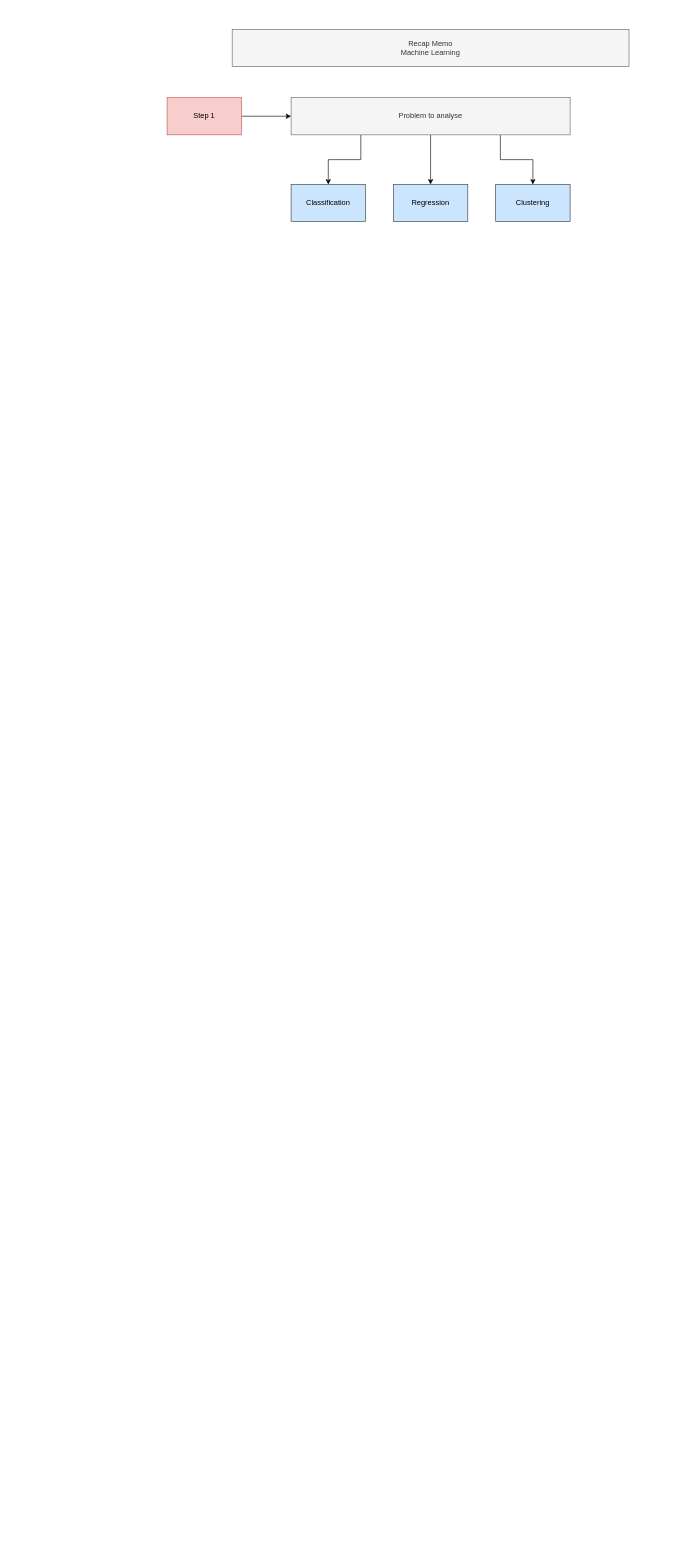
This is memo_ml_recap.drawio from RaphaelBouvet/memos_ml, a draw.io file, before an edit. Source tidied: cells renumbered, new cells numbered last; positions are measured from the earlier drawing's top-left corner, leaving out a move shared by most shapes. Both pictures are drawn from the tidied source at 62%, with x=0, y=0 at pixel (167, 29).
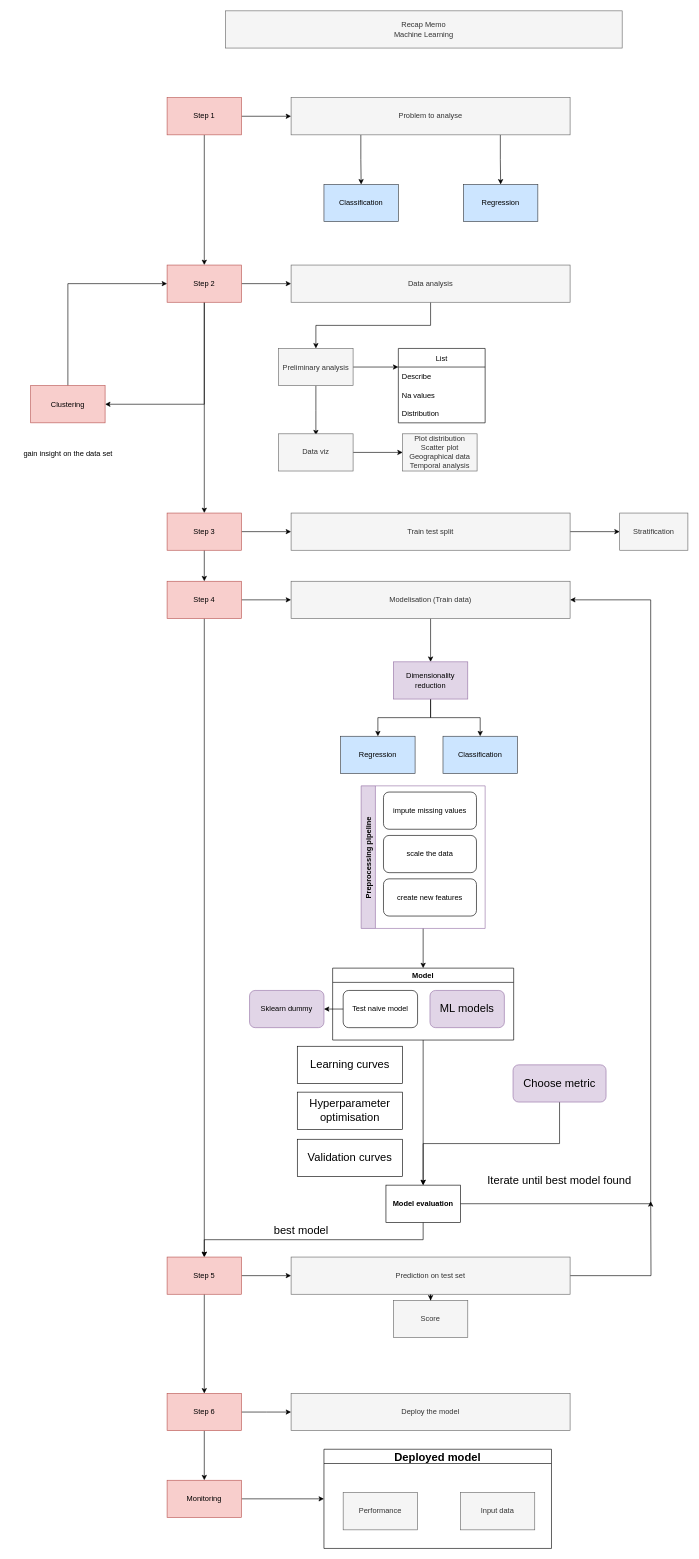
The same page after the edit.

The change refers to these unchanged cells:
```xml
<mxCell id="4" value="Step 1 " style="rounded=0;whiteSpace=wrap;html=1;fillColor=#f8cecc;strokeColor=#b85450;" parent="1" vertex="1">
  <mxGeometry y="110" width="120" height="60" as="geometry" />
</mxCell>
<mxCell id="8" value="Problem to analyse" style="rounded=0;whiteSpace=wrap;html=1;fillColor=#f5f5f5;fontColor=#333333;strokeColor=#666666;" parent="1" vertex="1">
  <mxGeometry x="200" y="110" width="450" height="60" as="geometry" />
</mxCell>
```

What changed in the source:
```diff
@@
     <mxCell id="2" value="Recap Memo&lt;br&gt; Machine Learning" style="rounded=0;whiteSpace=wrap;html=1;fillColor=#f5f5f5;strokeColor=#666666;fontColor=#333333;" parent="1" vertex="1">
-      <mxGeometry x="105" width="640" height="60" as="geometry" />
+      <mxGeometry x="94" y="-30" width="640" height="60" as="geometry" />
     </mxCell>
@@
+    <mxCell id="12" style="edgeStyle=orthogonalEdgeStyle;rounded=0;jettySize=auto;html=1;entryX=0.5;entryY=0;entryDx=0;entryDy=0;" parent="1" edge="1" source="4" target="16">
+      <mxGeometry relative="1" as="geometry" />
+    </mxCell>
@@
+    <mxCell id="6" style="edgeStyle=orthogonalEdgeStyle;rounded=0;jettySize=auto;html=1;exitX=0.25;exitY=1;exitDx=0;exitDy=0;entryX=0.5;entryY=0;entryDx=0;entryDy=0;" parent="1" edge="1" source="8" target="10">
+      <mxGeometry relative="1" as="geometry" />
+    </mxCell>
-    <mxCell id="5" style="edgeStyle=orthogonalEdgeStyle;rounded=0;jettySize=auto;html=1;" parent="1" edge="1" source="8" target="9">
+    <mxCell id="5" style="edgeStyle=orthogonalEdgeStyle;rounded=0;jettySize=auto;html=1;exitX=0.75;exitY=1;exitDx=0;exitDy=0;entryX=0.5;entryY=0;entryDx=0;entryDy=0;" parent="1" edge="1" source="8" target="9">
       <mxGeometry relative="1" as="geometry" />
     </mxCell>
-    <mxCell id="6" style="edgeStyle=orthogonalEdgeStyle;rounded=0;jettySize=auto;html=1;exitX=0.25;exitY=1;exitDx=0;exitDy=0;entryX=0.5;entryY=0;entryDx=0;entryDy=0;" parent="1" edge="1" source="8" target="10">
-      <mxGeometry relative="1" as="geometry" />
-    </mxCell>
-    <mxCell id="7" style="edgeStyle=orthogonalEdgeStyle;rounded=0;jettySize=auto;html=1;exitX=0.75;exitY=1;exitDx=0;exitDy=0;entryX=0.5;entryY=0;entryDx=0;entryDy=0;" parent="1" edge="1" source="8" target="11">
-      <mxGeometry relative="1" as="geometry" />
-    </mxCell>
@@
     <mxCell id="9" value="Regression " style="whiteSpace=wrap;html=1;rounded=0;fillColor=#cce5ff;strokeColor=#36393d;" parent="1" vertex="1">
-      <mxGeometry x="365" y="250" width="120" height="60" as="geometry" />
+      <mxGeometry x="478" y="250" width="120" height="60" as="geometry" />
     </mxCell>
     <mxCell id="10" value="Classification" style="whiteSpace=wrap;html=1;rounded=0;fillColor=#cce5ff;strokeColor=#36393d;" parent="1" vertex="1">
-      <mxGeometry x="200" y="250" width="120" height="60" as="geometry" />
+      <mxGeometry x="253" y="250" width="120" height="60" as="geometry" />
     </mxCell>
+    <mxCell id="13" style="edgeStyle=orthogonalEdgeStyle;rounded=0;jettySize=auto;html=1;exitX=0.5;exitY=1;exitDx=0;exitDy=0;entryX=0.5;entryY=0;entryDx=0;entryDy=0;entryPerimeter=0;" parent="1" edge="1" source="16" target="38">
+      <mxGeometry relative="1" as="geometry" />
+    </mxCell>
+    <mxCell id="14" style="edgeStyle=orthogonalEdgeStyle;rounded=0;jettySize=auto;html=1;" parent="1" edge="1" source="16" target="18">
+      <mxGeometry relative="1" as="geometry" />
+    </mxCell>
+    <mxCell id="15" style="edgeStyle=orthogonalEdgeStyle;rounded=0;jettySize=auto;html=1;exitX=0.5;exitY=1;exitDx=0;exitDy=0;entryX=1;entryY=0.5;entryDx=0;entryDy=0;" parent="1" edge="1" source="16" target="11">
+      <mxGeometry relative="1" as="geometry" />
+    </mxCell>
+    <mxCell id="16" value="Step 2 " style="rounded=0;whiteSpace=wrap;html=1;fillColor=#f8cecc;strokeColor=#b85450;" parent="1" vertex="1">
+      <mxGeometry y="380" width="120" height="60" as="geometry" />
+    </mxCell>
+    <mxCell id="17" style="edgeStyle=orthogonalEdgeStyle;rounded=0;jettySize=auto;html=1;" parent="1" edge="1" source="18" target="21">
+      <mxGeometry relative="1" as="geometry" />
+    </mxCell>
+    <mxCell id="18" value="&lt;div&gt;Data analysis&lt;br&gt;&lt;/div&gt;" style="rounded=0;whiteSpace=wrap;html=1;fillColor=#f5f5f5;fontColor=#333333;strokeColor=#666666;" parent="1" vertex="1">
+      <mxGeometry x="200" y="380" width="450" height="60" as="geometry" />
+    </mxCell>
+    <mxCell id="19" style="edgeStyle=orthogonalEdgeStyle;rounded=0;jettySize=auto;html=1;exitX=1;exitY=0.5;exitDx=0;exitDy=0;entryX=0;entryY=0.25;entryDx=0;entryDy=0;" parent="1" edge="1" source="21" target="22">
+      <mxGeometry relative="1" as="geometry" />
+    </mxCell>
+    <mxCell id="20" style="edgeStyle=orthogonalEdgeStyle;rounded=0;jettySize=auto;html=1;" parent="1" edge="1" source="21">
+      <mxGeometry relative="1" as="geometry">
+        <mxPoint x="240" y="654.5" as="targetPoint" />
+      </mxGeometry>
+    </mxCell>
+    <mxCell id="21" value="Preliminary analysis" style="whiteSpace=wrap;html=1;fillColor=#f5f5f5;strokeColor=#666666;fontColor=#333333;rounded=0;" parent="1" vertex="1">
+      <mxGeometry x="180" y="514.5" width="120" height="60" as="geometry" />
+    </mxCell>
+    <mxCell id="22" value="List" style="swimlane;fontStyle=0;horizontal=1;startSize=30;" parent="1" vertex="1">
+      <mxGeometry x="373" y="514.5" width="140" height="120" as="geometry" />
+    </mxCell>
+    <mxCell id="23" value="Describe" style="text;strokeColor=none;fillColor=none;align=left;verticalAlign=middle;spacingLeft=4;spacingRight=4;overflow=hidden;" parent="22" vertex="1">
+      <mxGeometry y="30" width="140" height="30" as="geometry" />
+    </mxCell>
+    <mxCell id="24" value="Na values" style="text;strokeColor=none;fillColor=none;align=left;verticalAlign=middle;spacingLeft=4;spacingRight=4;overflow=hidden;" parent="22" vertex="1">
+      <mxGeometry y="60" width="140" height="30" as="geometry" />
+    </mxCell>
+    <mxCell id="25" value="Distribution" style="text;strokeColor=none;fillColor=none;align=left;verticalAlign=middle;spacingLeft=4;spacingRight=4;overflow=hidden;" parent="22" vertex="1">
+      <mxGeometry y="90" width="140" height="30" as="geometry" />
+    </mxCell>
+    <mxCell id="26" style="edgeStyle=orthogonalEdgeStyle;rounded=0;jettySize=auto;html=1;exitX=1;exitY=0.5;exitDx=0;exitDy=0;entryX=0;entryY=0.5;entryDx=0;entryDy=0;" parent="1" edge="1" source="28" target="30">
+      <mxGeometry relative="1" as="geometry" />
+    </mxCell>
+    <mxCell id="27" style="edgeStyle=orthogonalEdgeStyle;rounded=0;jettySize=auto;html=1;exitX=0.5;exitY=1;exitDx=0;exitDy=0;entryX=0.5;entryY=0;entryDx=0;entryDy=0;fontSize=18;" parent="1" edge="1" source="28" target="63">
+      <mxGeometry relative="1" as="geometry" />
+    </mxCell>
+    <mxCell id="28" value="Step 4 " style="rounded=0;whiteSpace=wrap;html=1;fillColor=#f8cecc;strokeColor=#b85450;" parent="1" vertex="1">
+      <mxGeometry y="890" width="120" height="60" as="geometry" />
+    </mxCell>
+    <mxCell id="29" style="edgeStyle=orthogonalEdgeStyle;rounded=0;jettySize=auto;html=1;exitX=0.5;exitY=1;exitDx=0;exitDy=0;entryX=0.5;entryY=0;entryDx=0;entryDy=0;" parent="1" edge="1" source="30" target="35">
+      <mxGeometry relative="1" as="geometry" />
+    </mxCell>
+    <mxCell id="30" value="Modelisation (Train data)" style="rounded=0;whiteSpace=wrap;html=1;fillColor=#f5f5f5;fontColor=#333333;strokeColor=#666666;" parent="1" vertex="1">
+      <mxGeometry x="200" y="890" width="450" height="60" as="geometry" />
+    </mxCell>
+    <mxCell id="31" value="Regression " style="whiteSpace=wrap;html=1;rounded=0;fillColor=#cce5ff;strokeColor=#36393d;" parent="1" vertex="1">
+      <mxGeometry x="280" y="1140" width="120" height="60" as="geometry" />
+    </mxCell>
+    <mxCell id="32" value="Classification" style="whiteSpace=wrap;html=1;rounded=0;fillColor=#cce5ff;strokeColor=#36393d;" parent="1" vertex="1">
+      <mxGeometry x="445" y="1140" width="120" height="60" as="geometry" />
+    </mxCell>
+    <mxCell id="33" style="edgeStyle=orthogonalEdgeStyle;rounded=0;jettySize=auto;html=1;exitX=0.5;exitY=1;exitDx=0;exitDy=0;entryX=0.5;entryY=0;entryDx=0;entryDy=0;" parent="1" edge="1" source="35" target="31">
+      <mxGeometry relative="1" as="geometry" />
+    </mxCell>
+    <mxCell id="34" style="edgeStyle=orthogonalEdgeStyle;rounded=0;jettySize=auto;html=1;exitX=0.5;exitY=1;exitDx=0;exitDy=0;entryX=0.5;entryY=0;entryDx=0;entryDy=0;" parent="1" edge="1" source="35" target="32">
+      <mxGeometry relative="1" as="geometry" />
+    </mxCell>
+    <mxCell id="35" value="Dimensionality reduction" style="rounded=0;whiteSpace=wrap;html=1;fillColor=#e1d5e7;strokeColor=#9673a6;" parent="1" vertex="1">
+      <mxGeometry x="365" y="1020" width="120" height="60" as="geometry" />
+    </mxCell>
+    <mxCell id="36" style="edgeStyle=orthogonalEdgeStyle;rounded=0;jettySize=auto;html=1;exitX=0.5;exitY=1;exitDx=0;exitDy=0;entryX=0.5;entryY=0;entryDx=0;entryDy=0;" parent="1" edge="1" source="38" target="28">
+      <mxGeometry relative="1" as="geometry" />
+    </mxCell>
+    <mxCell id="37" style="edgeStyle=orthogonalEdgeStyle;rounded=0;jettySize=auto;html=1;" parent="1" edge="1" source="38" target="40">
+      <mxGeometry relative="1" as="geometry" />
+    </mxCell>
+    <mxCell id="38" value="Step 3 " style="rounded=0;whiteSpace=wrap;html=1;fillColor=#f8cecc;strokeColor=#b85450;" parent="1" vertex="1">
+      <mxGeometry y="780" width="120" height="60" as="geometry" />
+    </mxCell>
+    <mxCell id="39" style="edgeStyle=orthogonalEdgeStyle;rounded=0;jettySize=auto;html=1;fontSize=18;" parent="1" edge="1" source="40" target="81">
+      <mxGeometry relative="1" as="geometry" />
+    </mxCell>
+    <mxCell id="40" value="Train test split" style="rounded=0;whiteSpace=wrap;html=1;fillColor=#f5f5f5;strokeColor=#666666;fontColor=#333333;" parent="1" vertex="1">
+      <mxGeometry x="200" y="780" width="450" height="60" as="geometry" />
+    </mxCell>
+    <mxCell id="41" style="edgeStyle=orthogonalEdgeStyle;rounded=0;jettySize=auto;html=1;exitX=0.5;exitY=0;exitDx=0;exitDy=0;entryX=0;entryY=0.5;entryDx=0;entryDy=0;" parent="1" edge="1" source="11" target="16">
+      <mxGeometry relative="1" as="geometry" />
+    </mxCell>
-    <mxCell id="11" value="Clustering" style="whiteSpace=wrap;html=1;rounded=0;fillColor=#cce5ff;strokeColor=#36393d;" parent="1" vertex="1">
-      <mxGeometry x="530" y="250" width="120" height="60" as="geometry" />
+    <mxCell id="11" value="Clustering" style="rounded=0;whiteSpace=wrap;html=1;fillColor=#f8cecc;strokeColor=#b85450;" parent="1" vertex="1">
+      <mxGeometry x="-220" y="574.5" width="120" height="60" as="geometry" />
     </mxCell>
+    <mxCell id="42" value="&lt;div&gt;gain insight on the data set&lt;/div&gt;" style="text;html=1;strokeColor=none;fillColor=none;align=center;verticalAlign=middle;whiteSpace=wrap;rounded=0;" parent="1" vertex="1">
+      <mxGeometry x="-252.5" y="652.2" width="185" height="64.5" as="geometry" />
+    </mxCell>
+    <mxCell id="43" style="edgeStyle=orthogonalEdgeStyle;rounded=0;jettySize=auto;html=1;" parent="1" edge="1" source="44" target="45">
+      <mxGeometry relative="1" as="geometry" />
+    </mxCell>
+    <mxCell id="44" value="Data viz" style="whiteSpace=wrap;html=1;fillColor=#f5f5f5;strokeColor=#666666;fontColor=#333333;rounded=0;" parent="1" vertex="1">
+      <mxGeometry x="180" y="652.2" width="120" height="60" as="geometry" />
+    </mxCell>
+    <mxCell id="45" value="&lt;div&gt;Plot distribution&lt;/div&gt;&lt;div&gt;Scatter plot&lt;/div&gt;&lt;div&gt;Geographical data&lt;/div&gt;&lt;div&gt;Temporal analysis&lt;br&gt;&lt;/div&gt;" style="whiteSpace=wrap;html=1;fillColor=#f5f5f5;strokeColor=#666666;fontColor=#333333;rounded=0;" parent="1" vertex="1">
+      <mxGeometry x="380" y="652.2" width="120" height="60" as="geometry" />
+    </mxCell>
+    <mxCell id="46" style="edgeStyle=orthogonalEdgeStyle;rounded=0;jettySize=auto;html=1;exitX=0.5;exitY=1;exitDx=0;exitDy=0;entryX=0.5;entryY=0;entryDx=0;entryDy=0;fontSize=18;" parent="1" edge="1" source="47" target="52">
+      <mxGeometry relative="1" as="geometry" />
+    </mxCell>
+    <mxCell id="47" value="Preprocessing pipeline" style="swimlane;horizontal=0;fillColor=#e1d5e7;strokeColor=#9673a6;" parent="1" vertex="1">
+      <mxGeometry x="313" y="1220" width="200" height="230" as="geometry" />
+    </mxCell>
+    <mxCell id="48" value="scale the data" style="rounded=1;whiteSpace=wrap;html=1;" parent="47" vertex="1">
+      <mxGeometry x="36" y="80" width="150" height="60" as="geometry" />
+    </mxCell>
+    <mxCell id="49" value="impute missing values" style="rounded=1;whiteSpace=wrap;html=1;" parent="47" vertex="1">
+      <mxGeometry x="36" y="10" width="150" height="60" as="geometry" />
+    </mxCell>
+    <mxCell id="50" value="create new features" style="rounded=1;whiteSpace=wrap;html=1;" parent="47" vertex="1">
+      <mxGeometry x="36" y="150" width="150" height="60" as="geometry" />
+    </mxCell>
+    <mxCell id="51" style="edgeStyle=orthogonalEdgeStyle;rounded=0;jettySize=auto;html=1;" parent="1" edge="1" source="52" target="59">
+      <mxGeometry relative="1" as="geometry" />
+    </mxCell>
+    <mxCell id="52" value="Model" style="swimlane;" parent="1" vertex="1">
+      <mxGeometry x="267" y="1514" width="292" height="116" as="geometry" />
+    </mxCell>
+    <mxCell id="53" value="Test naive model" style="rounded=1;whiteSpace=wrap;html=1;" parent="52" vertex="1">
+      <mxGeometry x="17" y="36" width="120" height="60" as="geometry" />
+    </mxCell>
+    <mxCell id="54" value="ML models" style="rounded=1;whiteSpace=wrap;html=1;fontSize=18;fillColor=#e1d5e7;strokeColor=#9673a6;" parent="52" vertex="1">
+      <mxGeometry x="157" y="36" width="120" height="60" as="geometry" />
+    </mxCell>
+    <mxCell id="55" value="Sklearn dummy" style="rounded=1;whiteSpace=wrap;html=1;fillColor=#e1d5e7;strokeColor=#9673a6;" parent="1" vertex="1">
+      <mxGeometry x="133" y="1550" width="120" height="60" as="geometry" />
+    </mxCell>
+    <mxCell id="56" style="edgeStyle=orthogonalEdgeStyle;rounded=0;jettySize=auto;html=1;exitX=0;exitY=0.5;exitDx=0;exitDy=0;entryX=1;entryY=0.5;entryDx=0;entryDy=0;" parent="1" edge="1" source="53" target="55">
+      <mxGeometry relative="1" as="geometry" />
+    </mxCell>
+    <mxCell id="57" style="edgeStyle=orthogonalEdgeStyle;rounded=0;jettySize=auto;html=1;exitX=1;exitY=0.5;exitDx=0;exitDy=0;entryX=1;entryY=0.5;entryDx=0;entryDy=0;" parent="1" edge="1" source="59" target="30">
+      <mxGeometry relative="1" as="geometry">
+        <Array as="points">
+          <mxPoint x="780" y="1894" />
+          <mxPoint x="780" y="920" />
+        </Array>
+      </mxGeometry>
+    </mxCell>
+    <mxCell id="58" style="edgeStyle=orthogonalEdgeStyle;rounded=0;jettySize=auto;html=1;exitX=0.5;exitY=1;exitDx=0;exitDy=0;entryX=0.5;entryY=0;entryDx=0;entryDy=0;fontSize=18;" parent="1" edge="1" source="59" target="63">
+      <mxGeometry relative="1" as="geometry" />
+    </mxCell>
+    <mxCell id="59" value="Model evaluation " style="whiteSpace=wrap;html=1;fontStyle=1;startSize=23;" parent="1" vertex="1">
+      <mxGeometry x="353" y="1864" width="120" height="60" as="geometry" />
+    </mxCell>
+    <mxCell id="60" value="&lt;font style=&quot;font-size: 18px;&quot;&gt;Iterate until best model found&lt;/font&gt;" style="text;html=1;strokeColor=none;fillColor=none;align=center;verticalAlign=middle;whiteSpace=wrap;rounded=0;" parent="1" vertex="1">
+      <mxGeometry x="513" y="1830" width="240" height="54" as="geometry" />
+    </mxCell>
+    <mxCell id="61" style="edgeStyle=orthogonalEdgeStyle;rounded=0;jettySize=auto;html=1;exitX=1;exitY=0.5;exitDx=0;exitDy=0;fontSize=18;" parent="1" edge="1" source="63" target="66">
+      <mxGeometry relative="1" as="geometry" />
+    </mxCell>
+    <mxCell id="62" style="edgeStyle=orthogonalEdgeStyle;rounded=0;jettySize=auto;html=1;fontSize=18;" parent="1" edge="1" source="63" target="73">
+      <mxGeometry relative="1" as="geometry" />
+    </mxCell>
+    <mxCell id="63" value="Step 5 " style="rounded=0;whiteSpace=wrap;html=1;fillColor=#f8cecc;strokeColor=#b85450;" parent="1" vertex="1">
+      <mxGeometry y="1980" width="120" height="60" as="geometry" />
+    </mxCell>
+    <mxCell id="64" style="edgeStyle=orthogonalEdgeStyle;rounded=0;jettySize=auto;html=1;exitX=1;exitY=0.5;exitDx=0;exitDy=0;fontSize=18;" parent="1" edge="1" source="66">
+      <mxGeometry relative="1" as="geometry">
+        <mxPoint x="780" y="1890" as="targetPoint" />
+      </mxGeometry>
+    </mxCell>
+    <mxCell id="65" style="edgeStyle=orthogonalEdgeStyle;rounded=0;jettySize=auto;html=1;fontSize=18;" parent="1" edge="1" source="66" target="74">
+      <mxGeometry relative="1" as="geometry" />
+    </mxCell>
+    <mxCell id="66" value="Prediction on test set" style="rounded=0;whiteSpace=wrap;html=1;fillColor=#f5f5f5;fontColor=#333333;strokeColor=#666666;" parent="1" vertex="1">
+      <mxGeometry x="200" y="1980" width="450" height="60" as="geometry" />
+    </mxCell>
+    <mxCell id="67" value="Hyperparameter optimisation" style="rounded=0;whiteSpace=wrap;html=1;fontSize=18;" parent="1" vertex="1">
+      <mxGeometry x="210" y="1714" width="170" height="60" as="geometry" />
+    </mxCell>
+    <mxCell id="68" value="Learning curves" style="rounded=0;whiteSpace=wrap;html=1;fontSize=18;" parent="1" vertex="1">
+      <mxGeometry x="210" y="1640" width="170" height="60" as="geometry" />
+    </mxCell>
+    <mxCell id="69" value="Validation curves" style="rounded=0;whiteSpace=wrap;html=1;fontSize=18;" parent="1" vertex="1">
+      <mxGeometry x="210" y="1790" width="170" height="60" as="geometry" />
+    </mxCell>
+    <mxCell id="70" value="&lt;font style=&quot;font-size: 18px;&quot;&gt;&amp;nbsp;best model&lt;br&gt;&lt;/font&gt;" style="text;html=1;strokeColor=none;fillColor=none;align=center;verticalAlign=middle;whiteSpace=wrap;rounded=0;" parent="1" vertex="1">
+      <mxGeometry x="94" y="1910" width="240" height="54" as="geometry" />
+    </mxCell>
+    <mxCell id="71" style="edgeStyle=orthogonalEdgeStyle;rounded=0;jettySize=auto;html=1;fontSize=18;" parent="1" edge="1" source="73">
+      <mxGeometry relative="1" as="geometry">
+        <mxPoint x="200" y="2230" as="targetPoint" />
+      </mxGeometry>
+    </mxCell>
+    <mxCell id="72" style="edgeStyle=orthogonalEdgeStyle;rounded=0;jettySize=auto;html=1;fontSize=18;" parent="1" edge="1" source="73" target="77">
+      <mxGeometry relative="1" as="geometry" />
+    </mxCell>
+    <mxCell id="73" value="Step 6 " style="rounded=0;whiteSpace=wrap;html=1;fillColor=#f8cecc;strokeColor=#b85450;" parent="1" vertex="1">
+      <mxGeometry y="2200" width="120" height="60" as="geometry" />
+    </mxCell>
+    <mxCell id="74" value="Score" style="whiteSpace=wrap;html=1;fillColor=#f5f5f5;strokeColor=#666666;fontColor=#333333;rounded=0;" parent="1" vertex="1">
+      <mxGeometry x="365" y="2050" width="120" height="60" as="geometry" />
+    </mxCell>
+    <mxCell id="75" value="Deploy the model" style="rounded=0;whiteSpace=wrap;html=1;fillColor=#f5f5f5;fontColor=#333333;strokeColor=#666666;" parent="1" vertex="1">
+      <mxGeometry x="200" y="2200" width="450" height="60" as="geometry" />
+    </mxCell>
+    <mxCell id="76" style="edgeStyle=orthogonalEdgeStyle;rounded=0;jettySize=auto;html=1;exitX=1;exitY=0.5;exitDx=0;exitDy=0;entryX=0;entryY=0.5;entryDx=0;entryDy=0;fontSize=18;" parent="1" edge="1" source="77" target="78">
+      <mxGeometry relative="1" as="geometry" />
+    </mxCell>
+    <mxCell id="77" value="Monitoring" style="rounded=0;whiteSpace=wrap;html=1;fillColor=#f8cecc;strokeColor=#b85450;" parent="1" vertex="1">
+      <mxGeometry y="2340" width="120" height="60" as="geometry" />
+    </mxCell>
+    <mxCell id="78" value="Deployed model" style="swimlane;fontSize=18;" parent="1" vertex="1">
+      <mxGeometry x="253" y="2290" width="367" height="160" as="geometry" />
+    </mxCell>
+    <mxCell id="79" value="Input data" style="whiteSpace=wrap;html=1;fillColor=#f5f5f5;strokeColor=#666666;fontColor=#333333;rounded=0;" parent="78" vertex="1">
+      <mxGeometry x="220" y="70" width="120" height="60" as="geometry" />
+    </mxCell>
+    <mxCell id="80" value="Performance " style="whiteSpace=wrap;html=1;fillColor=#f5f5f5;strokeColor=#666666;fontColor=#333333;rounded=0;" parent="78" vertex="1">
+      <mxGeometry x="31" y="70" width="120" height="60" as="geometry" />
+    </mxCell>
+    <mxCell id="81" value="Stratification" style="rounded=0;whiteSpace=wrap;html=1;fillColor=#f5f5f5;strokeColor=#666666;fontColor=#333333;" parent="1" vertex="1">
+      <mxGeometry x="730" y="780" width="110" height="60" as="geometry" />
+    </mxCell>
+    <mxCell id="82" style="edgeStyle=orthogonalEdgeStyle;rounded=0;jettySize=auto;html=1;exitX=0.5;exitY=1;exitDx=0;exitDy=0;fontSize=18;" parent="1" edge="1" source="83" target="59">
+      <mxGeometry relative="1" as="geometry" />
+    </mxCell>
+    <mxCell id="83" value="Choose metric" style="rounded=1;whiteSpace=wrap;html=1;fontSize=18;fillColor=#e1d5e7;strokeColor=#9673a6;" parent="1" vertex="1">
+      <mxGeometry x="558" y="1670" width="150" height="60" as="geometry" />
+    </mxCell>
```
